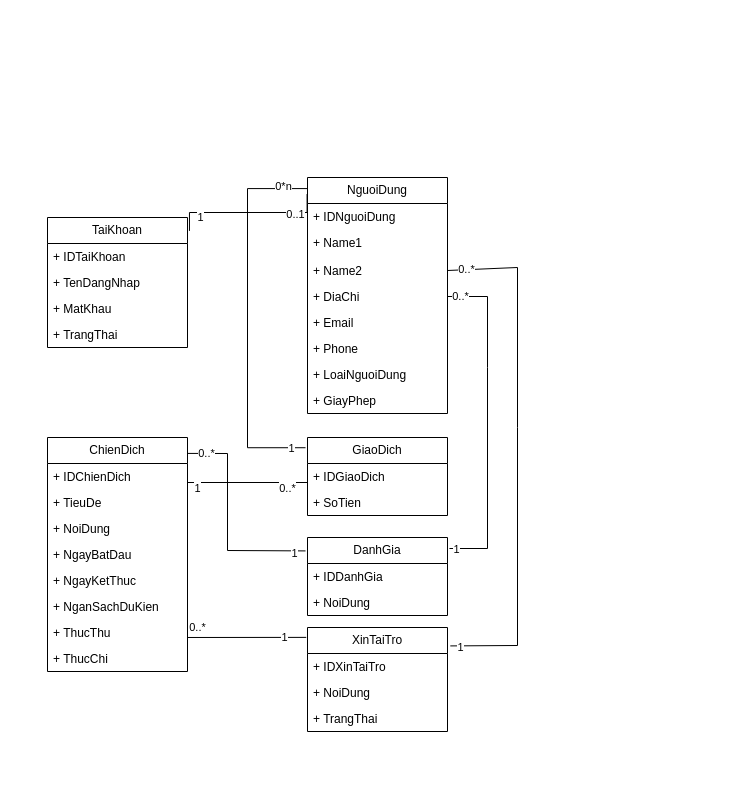
Earlier version of the draw.io diagram page "Class Diagram" (5 of 5) of Usercase DA.drawio (minhhai82/DoAnNMNCPM). Source tidied: cells renumbered, new cells numbered last; positions are measured from the earlier drawing's top-left corner, leaving out a move shared by most shapes. Both pictures are drawn from the tidied source at 100%, with x=0, y=0 at pixel (47, 177).
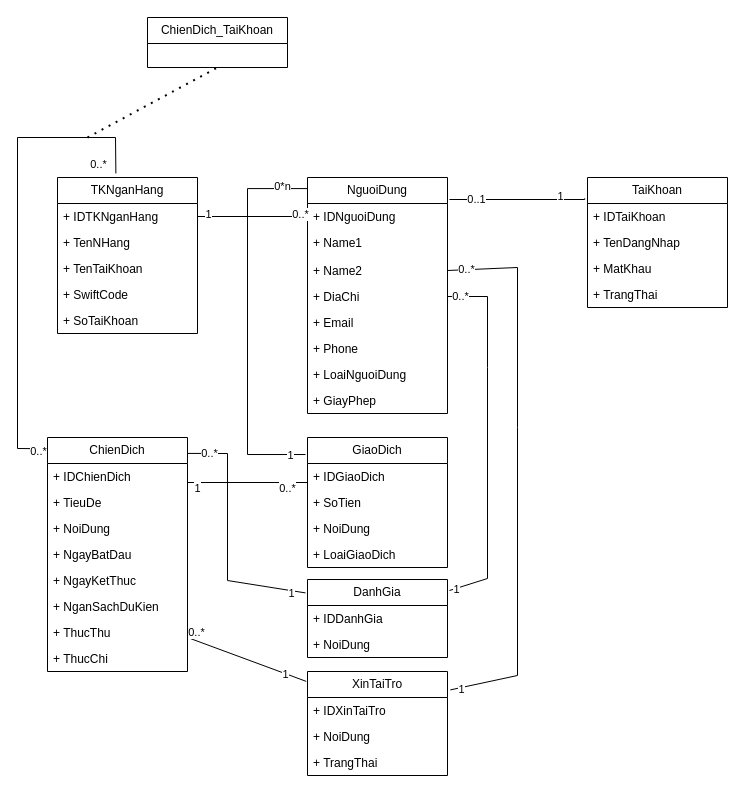
After the change.

Unchanged cells that the change refers to:
```xml
<mxCell id="7" value="NguoiDung" style="swimlane;fontStyle=0;horizontal=1;startSize=26;fillColor=none;whiteSpace=wrap;html=1;" parent="1" vertex="1">
  <mxGeometry x="260" width="140" height="236" as="geometry" />
</mxCell>
<mxCell id="8" value="+ IDNguoiDung" style="text;strokeColor=none;fillColor=none;align=left;verticalAlign=top;spacingLeft=4;spacingRight=4;overflow=hidden;points=[[0,0.5],[1,0.5]];portConstraint=eastwest;whiteSpace=wrap;html=1;" parent="7" vertex="1">
  <mxGeometry y="26" width="140" height="26" as="geometry" />
</mxCell>
<mxCell id="10" value="+ Name2" style="text;strokeColor=none;fillColor=none;align=left;verticalAlign=top;spacingLeft=4;spacingRight=4;overflow=hidden;points=[[0,0.5],[1,0.5]];portConstraint=eastwest;whiteSpace=wrap;html=1;" parent="7" vertex="1">
  <mxGeometry y="80" width="140" height="26" as="geometry" />
</mxCell>
<mxCell id="11" value="+ DiaChi" style="text;strokeColor=none;fillColor=none;align=left;verticalAlign=top;spacingLeft=4;spacingRight=4;overflow=hidden;points=[[0,0.5],[1,0.5]];portConstraint=eastwest;whiteSpace=wrap;html=1;" parent="7" vertex="1">
  <mxGeometry y="106" width="140" height="26" as="geometry" />
</mxCell>
<mxCell id="16" value="ChienDich" style="swimlane;fontStyle=0;horizontal=1;startSize=26;fillColor=none;whiteSpace=wrap;html=1;" parent="1" vertex="1">
  <mxGeometry y="260" width="140" height="234" as="geometry" />
</mxCell>
```

The edit, as a diff of the source:
```diff
@@
     <mxCell id="2" value="TaiKhoan" style="swimlane;fontStyle=0;horizontal=1;startSize=26;fillColor=none;whiteSpace=wrap;html=1;" parent="1" vertex="1">
-      <mxGeometry y="40" width="140" height="130" as="geometry" />
+      <mxGeometry x="540" width="140" height="130" as="geometry" />
     </mxCell>
@@
     <mxCell id="25" value="GiaoDich" style="swimlane;fontStyle=0;horizontal=1;startSize=26;fillColor=none;whiteSpace=wrap;html=1;" parent="1" vertex="1">
-      <mxGeometry x="260" y="260" width="140" height="78" as="geometry" />
+      <mxGeometry x="260" y="260" width="140" height="130" as="geometry" />
     </mxCell>
@@
+    <mxCell id="56" value="+ NoiDung" style="text;strokeColor=none;fillColor=none;align=left;verticalAlign=top;spacingLeft=4;spacingRight=4;overflow=hidden;whiteSpace=wrap;html=1;" parent="25" vertex="1">
+      <mxGeometry y="78" width="140" height="26" as="geometry" />
+    </mxCell>
+    <mxCell id="57" value="+ LoaiGiaoDich" style="text;strokeColor=none;fillColor=none;align=left;verticalAlign=top;spacingLeft=4;spacingRight=4;overflow=hidden;whiteSpace=wrap;html=1;" parent="25" vertex="1">
+      <mxGeometry y="104" width="140" height="26" as="geometry" />
+    </mxCell>
@@
-    <mxCell id="31" style="edgeStyle=elbowEdgeStyle;html=1;endArrow=none;elbow=vertical;rounded=0;exitX=1.014;exitY=0.103;exitDx=0;exitDy=0;exitPerimeter=0;entryX=-0.003;entryY=0.07;entryDx=0;entryDy=0;entryPerimeter=0;" parent="1" edge="1" source="2" target="7">
+    <mxCell id="31" style="edgeStyle=elbowEdgeStyle;html=1;endArrow=none;elbow=vertical;rounded=0;exitX=-0.02;exitY=0.16;exitDx=0;exitDy=0;exitPerimeter=0;entryX=1.014;entryY=0.095;entryDx=0;entryDy=0;entryPerimeter=0;" parent="1" edge="1" source="2" target="7">
       <mxGeometry relative="1" as="geometry" />
     </mxCell>
@@
     <mxCell id="37" value="DanhGia" style="swimlane;fontStyle=0;horizontal=1;startSize=26;fillColor=none;whiteSpace=wrap;html=1;" parent="1" vertex="1">
-      <mxGeometry x="260" y="360" width="140" height="78" as="geometry" />
+      <mxGeometry x="260" y="402" width="140" height="78" as="geometry" />
     </mxCell>
@@
     <mxCell id="40" style="endArrow=none;html=1;rounded=0;entryX=1;entryY=0.5;entryDx=0;entryDy=0;exitX=1.014;exitY=0.141;exitDx=0;exitDy=0;exitPerimeter=0;" parent="1" edge="1" source="37" target="11">
       <mxGeometry relative="1" as="geometry">
         <Array as="points">
-          <mxPoint x="440" y="371" />
+          <mxPoint x="440" y="401" />
           <mxPoint x="440" y="190" />
           <mxPoint x="440" y="119" />
         </Array>
       </mxGeometry>
     </mxCell>
@@
     <mxCell id="43" style="endArrow=none;html=1;rounded=0;exitX=-0.014;exitY=0.172;exitDx=0;exitDy=0;exitPerimeter=0;entryX=0.997;entryY=0.068;entryDx=0;entryDy=0;entryPerimeter=0;" parent="1" edge="1" source="37" target="16">
       <mxGeometry relative="1" as="geometry">
         <Array as="points">
-          <mxPoint x="180" y="373" />
+          <mxPoint x="180" y="403" />
           <mxPoint x="180" y="276" />
         </Array>
       </mxGeometry>
     </mxCell>
@@
     <mxCell id="46" value="XinTaiTro" style="swimlane;fontStyle=0;horizontal=1;startSize=26;fillColor=none;whiteSpace=wrap;html=1;" parent="1" vertex="1">
-      <mxGeometry x="260" y="450" width="140" height="104" as="geometry" />
+      <mxGeometry x="260" y="494" width="140" height="104" as="geometry" />
     </mxCell>
@@
     <mxCell id="50" style="endArrow=none;html=1;rounded=0;entryX=1;entryY=0.5;entryDx=0;entryDy=0;exitX=1.02;exitY=0.177;exitDx=0;exitDy=0;exitPerimeter=0;" parent="1" edge="1" source="46" target="10">
       <mxGeometry relative="1" as="geometry">
         <Array as="points">
-          <mxPoint x="470" y="468" />
+          <mxPoint x="470" y="498" />
           <mxPoint x="470" y="250" />
           <mxPoint x="470" y="90" />
         </Array>
       </mxGeometry>
     </mxCell>
@@
+    <mxCell id="58" value="TKNganHang" style="swimlane;fontStyle=0;horizontal=1;startSize=26;fillColor=none;whiteSpace=wrap;html=1;" parent="1" vertex="1">
+      <mxGeometry x="10" width="140" height="156" as="geometry" />
+    </mxCell>
+    <mxCell id="59" value="+ IDTKNganHang" style="text;strokeColor=none;fillColor=none;align=left;verticalAlign=top;spacingLeft=4;spacingRight=4;overflow=hidden;points=[[0,0.5],[1,0.5]];portConstraint=eastwest;whiteSpace=wrap;html=1;" parent="58" vertex="1">
+      <mxGeometry y="26" width="140" height="26" as="geometry" />
+    </mxCell>
+    <mxCell id="60" value="+ TenNHang" style="text;strokeColor=none;fillColor=none;align=left;verticalAlign=top;spacingLeft=4;spacingRight=4;overflow=hidden;whiteSpace=wrap;html=1;" parent="58" vertex="1">
+      <mxGeometry y="52" width="140" height="26" as="geometry" />
+    </mxCell>
+    <mxCell id="61" value="+ TenTaiKhoan" style="text;strokeColor=none;fillColor=none;align=left;verticalAlign=top;spacingLeft=4;spacingRight=4;overflow=hidden;whiteSpace=wrap;html=1;" parent="58" vertex="1">
+      <mxGeometry y="78" width="140" height="26" as="geometry" />
+    </mxCell>
+    <mxCell id="62" value="+ SwiftCode" style="text;strokeColor=none;fillColor=none;align=left;verticalAlign=top;spacingLeft=4;spacingRight=4;overflow=hidden;whiteSpace=wrap;html=1;" parent="58" vertex="1">
+      <mxGeometry y="104" width="140" height="26" as="geometry" />
+    </mxCell>
+    <mxCell id="63" value="+ SoTaiKhoan" style="text;strokeColor=none;fillColor=none;align=left;verticalAlign=top;spacingLeft=4;spacingRight=4;overflow=hidden;whiteSpace=wrap;html=1;" parent="58" vertex="1">
+      <mxGeometry y="130" width="140" height="26" as="geometry" />
+    </mxCell>
+    <mxCell id="64" style="endArrow=none;html=1;rounded=0;entryX=1;entryY=0.5;entryDx=0;entryDy=0;exitX=0;exitY=0.5;exitDx=0;exitDy=0;" parent="1" edge="1" source="8" target="59">
+      <mxGeometry relative="1" as="geometry" />
+    </mxCell>
+    <mxCell id="65" value="0..*" style="edgeLabel;html=1;align=center;verticalAlign=middle;" parent="64" vertex="1">
+      <mxGeometry x="-0.85" y="-3" relative="1" as="geometry" />
+    </mxCell>
+    <mxCell id="66" value="1" style="edgeLabel;html=1;align=center;verticalAlign=middle;" parent="64" vertex="1">
+      <mxGeometry x="0.81" y="-3" relative="1" as="geometry" />
+    </mxCell>
+    <mxCell id="67" style="endArrow=none;html=1;rounded=0;exitX=0.003;exitY=0.048;exitDx=0;exitDy=0;exitPerimeter=0;entryX=0.417;entryY=-0.026;entryDx=0;entryDy=0;entryPerimeter=0;" parent="1" edge="1" source="16" target="58">
+      <mxGeometry relative="1" as="geometry">
+        <Array as="points">
+          <mxPoint x="-30" y="271" />
+          <mxPoint x="-30" y="-40" />
+          <mxPoint x="68" y="-40" />
+        </Array>
+      </mxGeometry>
+    </mxCell>
+    <mxCell id="68" value="0..*" style="edgeLabel;html=1;align=center;verticalAlign=middle;" parent="67" vertex="1">
+      <mxGeometry x="0.96" y="-1" relative="1" as="geometry">
+        <mxPoint x="-17" as="offset" />
+      </mxGeometry>
+    </mxCell>
+    <mxCell id="69" value="0..*" style="edgeLabel;html=1;align=center;verticalAlign=middle;" parent="67" vertex="1">
+      <mxGeometry x="-0.96" y="2" relative="1" as="geometry" />
+    </mxCell>
+    <mxCell id="70" value="ChienDich_TaiKhoan" style="swimlane;fontStyle=0;horizontal=1;startSize=26;fillColor=none;whiteSpace=wrap;html=1;" parent="1" vertex="1">
+      <mxGeometry x="100" y="-160" width="140" height="50" as="geometry" />
+    </mxCell>
+    <mxCell id="71" style="endArrow=none;dashed=1;html=1;dashPattern=1 3;strokeWidth=2;rounded=0;entryX=0.5;entryY=1;entryDx=0;entryDy=0;" parent="1" edge="1" target="70">
+      <mxGeometry relative="1" as="geometry">
+        <mxPoint x="40" y="-40" as="sourcePoint" />
+        <Array as="points">
+          <mxPoint x="40" y="-40" />
+        </Array>
+      </mxGeometry>
+    </mxCell>
```
